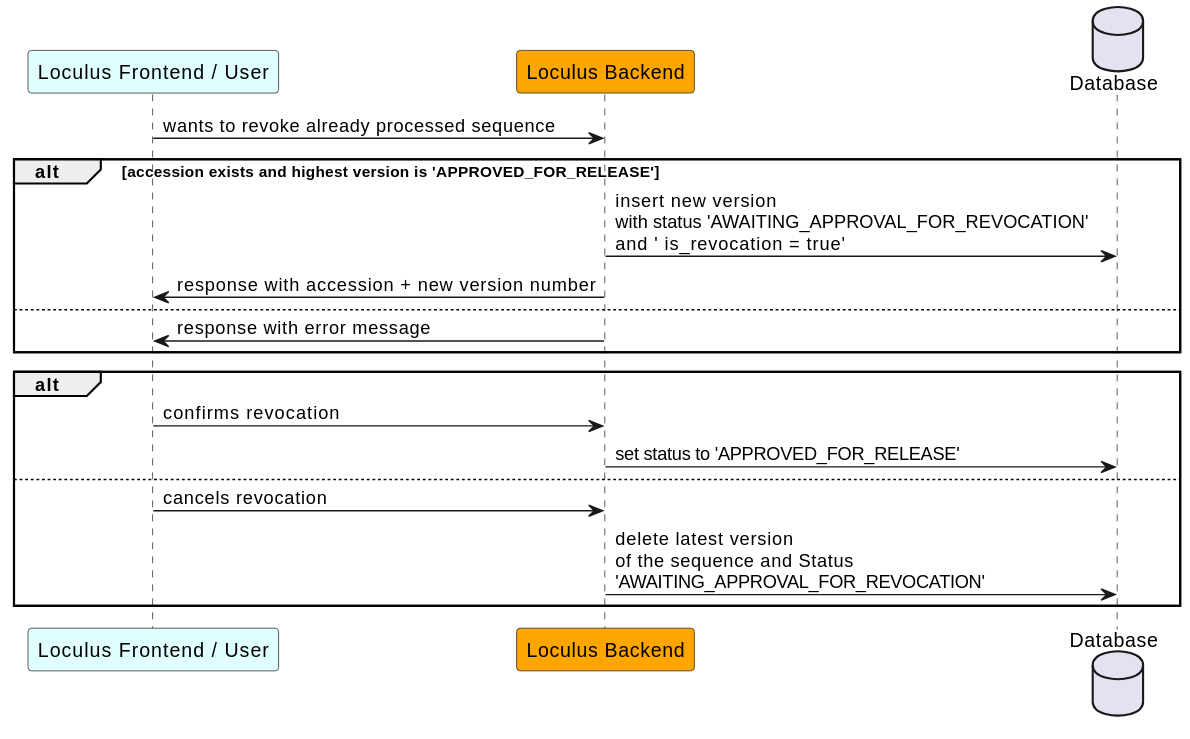
loculus-project/loculus keeps this PlantUML diagram as backend/docs/plantuml/sequenceRevocation.svg. Above is the earlier version.
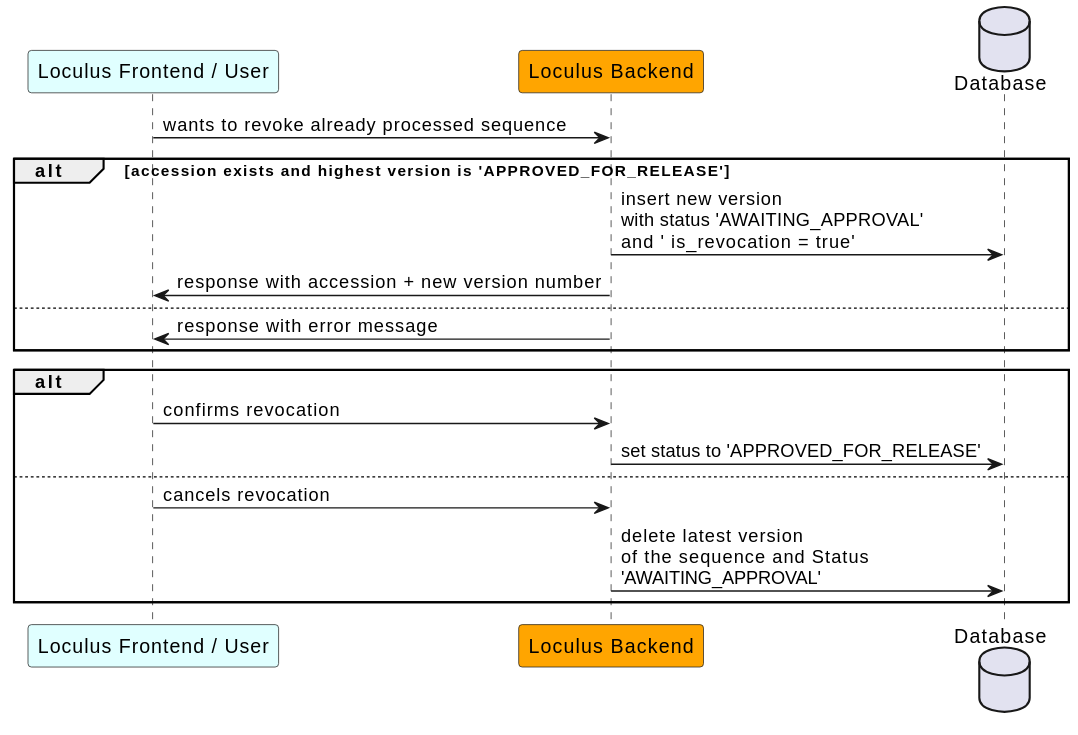
After the commit.

Diff of the diagram source:
```diff
@@ -6,7 +6,7 @@
     frontend -> backend: wants to revoke already processed sequence
 
      alt accession exists and highest version is 'APPROVED_FOR_RELEASE'
-        backend -> DB: insert new version\nwith status 'AWAITING_APPROVAL_FOR_REVOCATION' \nand ' is_revocation = true'
+        backend -> DB: insert new version\nwith status 'AWAITING_APPROVAL' \nand ' is_revocation = true'
     backend -> frontend: response with accession + new version number
     else
         backend -> frontend: response with error message
@@ -17,6 +17,6 @@
         backend -> DB: set status to 'APPROVED_FOR_RELEASE'
     else
         frontend -> backend: cancels revocation
-        backend -> DB: delete latest version \nof the sequence and Status \n'AWAITING_APPROVAL_FOR_REVOCATION'
+        backend -> DB: delete latest version \nof the sequence and Status \n'AWAITING_APPROVAL'
     end
 @enduml
```
